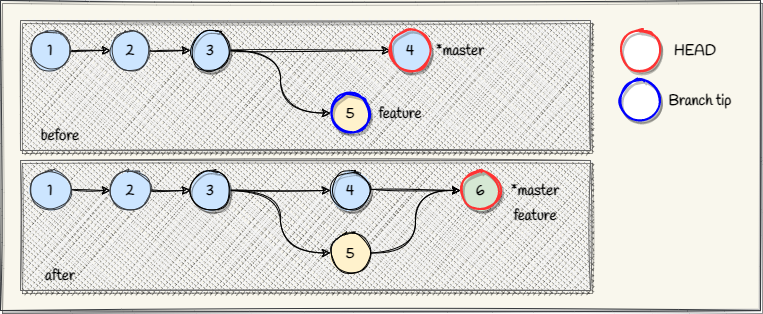
The draw.io diagram Assets/images/git-merge-concept.png in braboj/tutorial-git, before a commit. Source tidied: cells renumbered, new cells last; positions are measured from the earlier drawing's top-left corner, leaving out a move shared by most shapes.
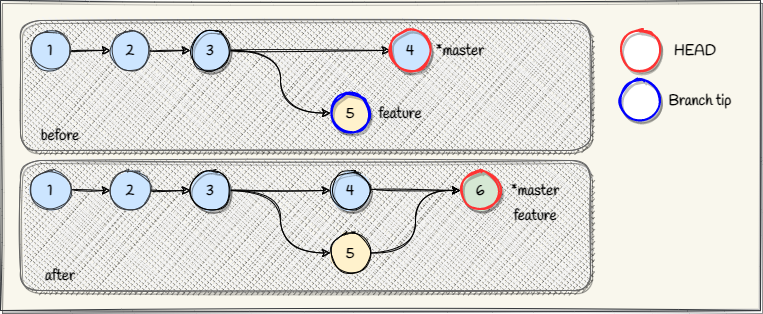
After the change.

Change to the diagram source:
```diff
@@ -5,7 +5,7 @@
     <mxCell id="2" style="rounded=0;whiteSpace=wrap;html=1;sketch=1;fillStyle=solid;fontFamily=Lucida Console;strokeColor=#36393d;fillColor=#f9f7ed;shadow=1;" parent="1" vertex="1">
       <mxGeometry width="760" height="310" as="geometry" />
     </mxCell>
-    <mxCell id="3" style="rounded=0;whiteSpace=wrap;html=1;sketch=1;fillStyle=cross-hatch;fillColor=#f5f5f5;strokeColor=#666666;shadow=1;fontFamily=Handlee;fontSource=https%3A%2F%2Ffonts.googleapis.com%2Fcss%3Ffamily%3DHandlee;fontSize=15;fontStyle=1;fontColor=#333333;" parent="1" vertex="1">
+    <mxCell id="3" style="rounded=1;whiteSpace=wrap;html=1;sketch=1;fillStyle=cross-hatch;fillColor=#f5f5f5;strokeColor=#666666;shadow=1;fontFamily=Handlee;fontSource=https%3A%2F%2Ffonts.googleapis.com%2Fcss%3Ffamily%3DHandlee;fontSize=15;fontStyle=1;fontColor=#333333;" parent="1" vertex="1">
       <mxGeometry x="20" y="20" width="570" height="130" as="geometry" />
     </mxCell>
     <mxCell id="4" style="edgeStyle=orthogonalEdgeStyle;rounded=0;jettySize=auto;html=1;entryX=0;entryY=0.5;entryDx=0;entryDy=0;sketch=1;curved=1;fontFamily=Handlee;fontSource=https%3A%2F%2Ffonts.googleapis.com%2Fcss%3Ffamily%3DHandlee;fontSize=15;fontStyle=1;" parent="1" edge="1" source="5" target="7">
@@ -44,7 +44,7 @@
     <mxCell id="15" value="4" style="ellipse;whiteSpace=wrap;html=1;sketch=1;rounded=0;fillColor=#cce5ff;strokeColor=#FF3333;fillStyle=solid;strokeWidth=2;shadow=1;fontFamily=Handlee;fontSource=https%3A%2F%2Ffonts.googleapis.com%2Fcss%3Ffamily%3DHandlee;fontSize=15;fontStyle=1;" parent="1" vertex="1">
       <mxGeometry x="390" y="30" width="40" height="40" as="geometry" />
     </mxCell>
-    <mxCell id="16" style="rounded=0;whiteSpace=wrap;html=1;sketch=1;fillStyle=cross-hatch;fillColor=#f5f5f5;strokeColor=#666666;shadow=1;fontFamily=Handlee;fontSource=https%3A%2F%2Ffonts.googleapis.com%2Fcss%3Ffamily%3DHandlee;fontSize=15;fontStyle=1;fontColor=#333333;" parent="1" vertex="1">
+    <mxCell id="16" style="rounded=1;whiteSpace=wrap;html=1;sketch=1;fillStyle=cross-hatch;fillColor=#f5f5f5;strokeColor=#666666;shadow=1;fontFamily=Handlee;fontSource=https%3A%2F%2Ffonts.googleapis.com%2Fcss%3Ffamily%3DHandlee;fontSize=15;fontStyle=1;fontColor=#333333;" parent="1" vertex="1">
       <mxGeometry x="20" y="160" width="570" height="130" as="geometry" />
     </mxCell>
     <mxCell id="17" style="edgeStyle=orthogonalEdgeStyle;rounded=0;jettySize=auto;html=1;entryX=0;entryY=0.5;entryDx=0;entryDy=0;sketch=1;curved=1;fontFamily=Handlee;fontSource=https%3A%2F%2Ffonts.googleapis.com%2Fcss%3Ffamily%3DHandlee;fontSize=15;fontStyle=1;" parent="1" edge="1" source="18" target="20">
```
